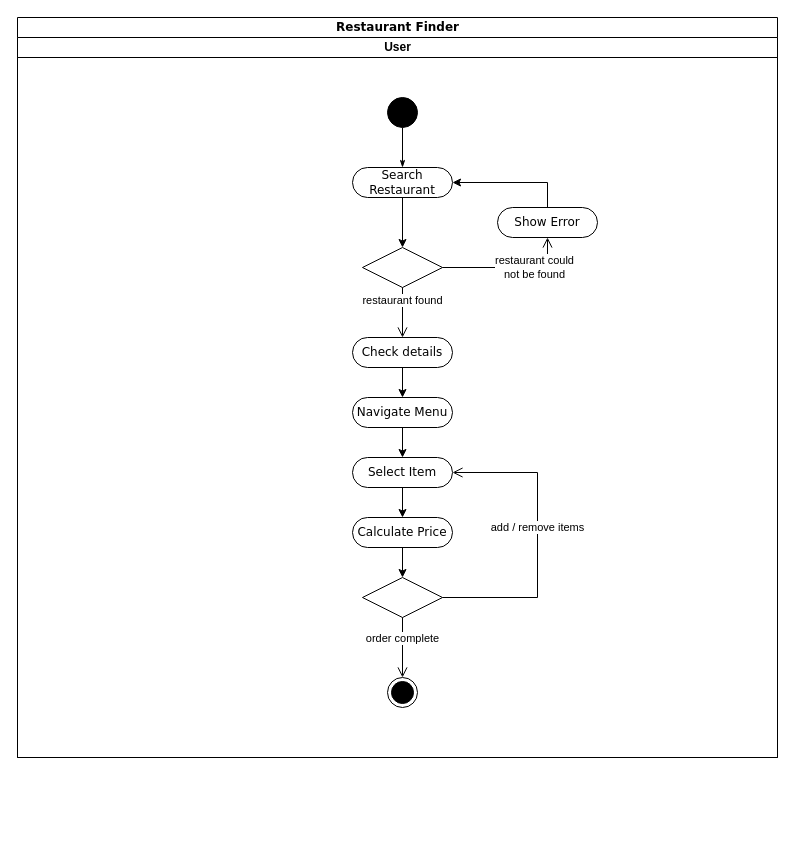
The draw.io diagram ad-restaurant-finder.drawio in lestercardoz11/ooad-diagrams, before the edit. Source tidied: cells renumbered, new cells numbered last; positions are measured from the earlier drawing's top-left corner, leaving out a move shared by most shapes. Both pictures are drawn from the tidied source at 100%, with x=0, y=0 at pixel (17, 17).
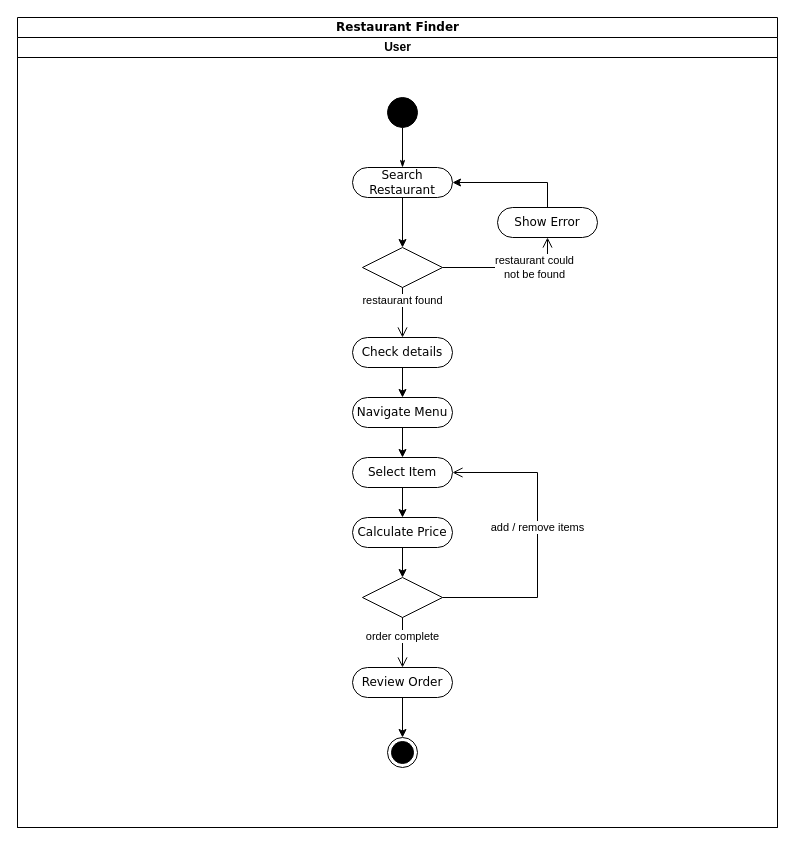
After the change.

Unchanged cells that the change refers to:
```xml
<mxCell id="21" style="rhombus;whiteSpace=wrap;html=1;fillColor=#FFFFFF;strokeColor=#000000;" parent="3" vertex="1">
  <mxGeometry x="345" y="540" width="80" height="40" as="geometry" />
</mxCell>
```

Change to the diagram source:
```diff
@@
     <mxCell id="2" value="Restaurant Finder" style="swimlane;html=1;startSize=20;rounded=0;shadow=0;comic=0;labelBackgroundColor=none;strokeWidth=1;fontFamily=Verdana;fontSize=12;align=center;" parent="1" vertex="1">
-      <mxGeometry width="760" height="740" as="geometry" />
+      <mxGeometry width="760" height="810" as="geometry" />
     </mxCell>
     <mxCell id="3" value="User" style="swimlane;html=1;startSize=20;" parent="2" vertex="1">
-      <mxGeometry y="20" width="760" height="720" as="geometry" />
+      <mxGeometry y="20" width="760" height="790" as="geometry" />
     </mxCell>
@@
-    <mxCell id="23" value="order complete" style="edgeStyle=orthogonalEdgeStyle;html=1;align=center;verticalAlign=top;endArrow=open;endSize=8;strokeColor=#000000;rounded=0;entryX=0.5;entryY=0;entryDx=0;entryDy=0;" parent="3" edge="1" source="21" target="24">
+    <mxCell id="23" value="order complete" style="edgeStyle=orthogonalEdgeStyle;html=1;align=center;verticalAlign=top;endArrow=open;endSize=8;strokeColor=#000000;rounded=0;entryX=0.5;entryY=0;entryDx=0;entryDy=0;" parent="3" edge="1" source="21" target="26">
       <mxGeometry x="-0.75" relative="1" as="geometry" />
     </mxCell>
     <mxCell id="24" style="ellipse;html=1;shape=endState;fillColor=#000000;strokeColor=#000000;" parent="3" vertex="1">
-      <mxGeometry x="370" y="640" width="30" height="30" as="geometry" />
+      <mxGeometry x="370" y="700" width="30" height="30" as="geometry" />
     </mxCell>
+    <mxCell id="25" style="edgeStyle=orthogonalEdgeStyle;rounded=0;jettySize=auto;html=1;exitX=0.5;exitY=1;exitDx=0;exitDy=0;entryX=0.5;entryY=0;entryDx=0;entryDy=0;strokeColor=#000000;" parent="3" edge="1" source="26" target="24">
+      <mxGeometry relative="1" as="geometry" />
+    </mxCell>
+    <mxCell id="26" value="Review Order" style="rounded=1;whiteSpace=wrap;html=1;shadow=0;comic=0;labelBackgroundColor=none;strokeWidth=1;fontFamily=Verdana;fontSize=12;align=center;arcSize=50;" parent="3" vertex="1">
+      <mxGeometry x="335" y="630" width="100" height="30" as="geometry" />
+    </mxCell>
```
